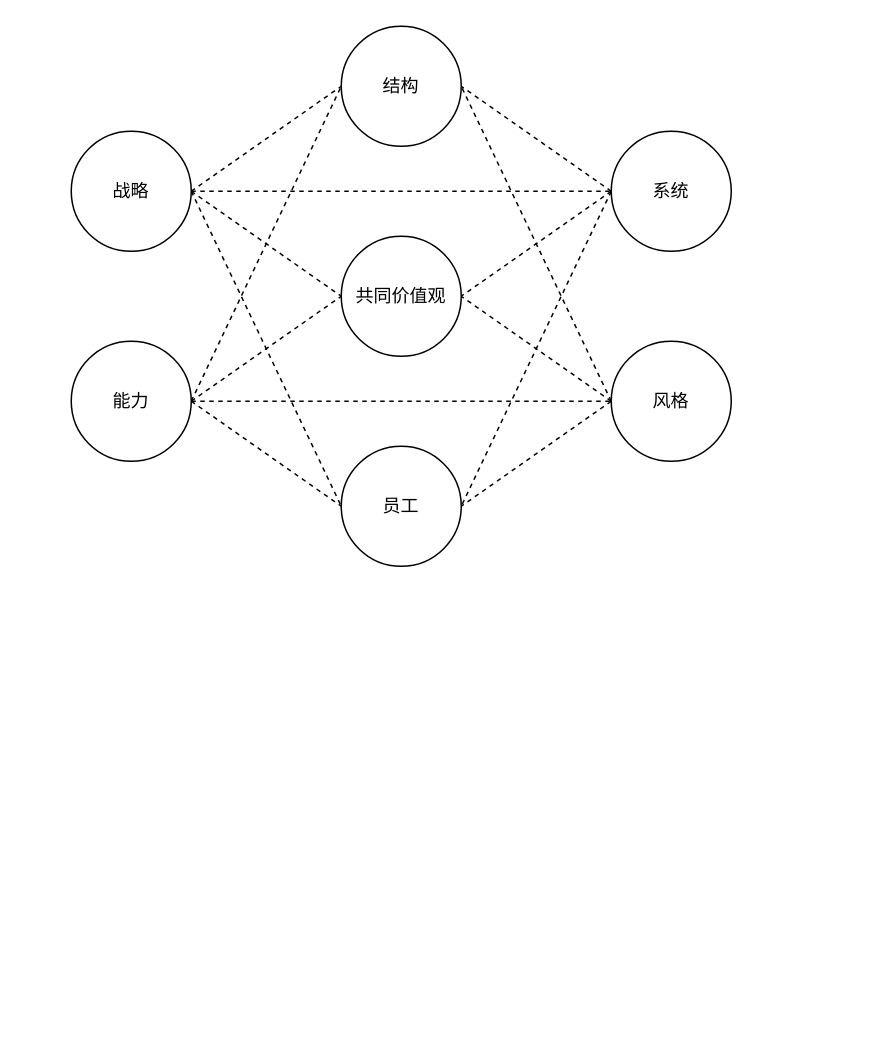
ZiqingYip/moment keeps this draw.io diagram as McKinsey.drawio. Above is the earlier version. Source tidied: cells renumbered, new cells numbered last; positions are measured from the earlier drawing's top-left corner, leaving out a move shared by most shapes. Both pictures are drawn from the tidied source at 150%, with x=0, y=0 at pixel (70, 26).
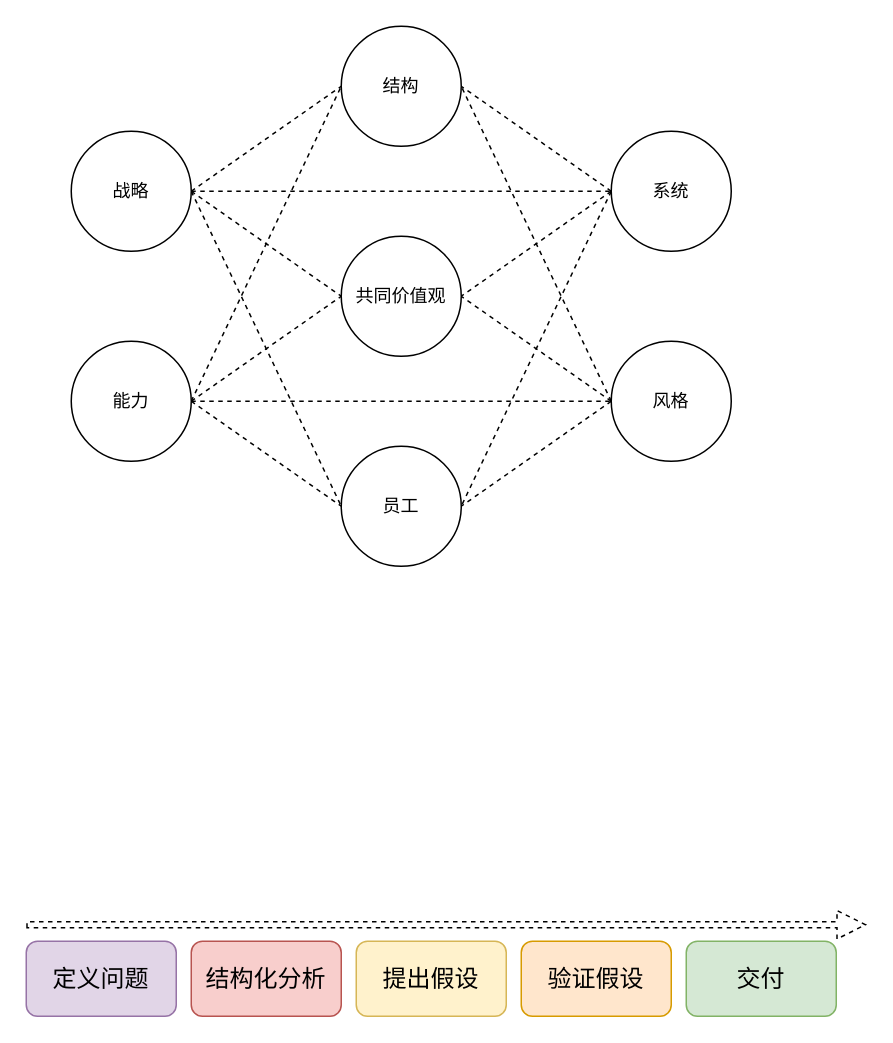
The same diagram, later.

What changed in the source:
```diff
@@
+    <mxCell id="23" value="&lt;font style=&quot;font-size: 16px;&quot;&gt;定义问题&lt;/font&gt;" style="rounded=1;whiteSpace=wrap;html=1;fillColor=#e1d5e7;strokeColor=#9673a6;" parent="1" vertex="1">
+      <mxGeometry x="-30" y="610" width="100" height="50" as="geometry" />
+    </mxCell>
+    <mxCell id="24" style="shape=flexArrow;endArrow=classic;html=1;rounded=0;dashed=1;width=4;endSize=6;endWidth=14;" parent="1" edge="1">
+      <mxGeometry relative="1" as="geometry">
+        <mxPoint x="-30" y="599" as="sourcePoint" />
+        <mxPoint x="530" y="599" as="targetPoint" />
+      </mxGeometry>
+    </mxCell>
+    <mxCell id="25" value="&lt;span style=&quot;font-size: 16px;&quot;&gt;结构化分析&lt;/span&gt;" style="rounded=1;whiteSpace=wrap;html=1;fillColor=#f8cecc;strokeColor=#b85450;" parent="1" vertex="1">
+      <mxGeometry x="80" y="610" width="100" height="50" as="geometry" />
+    </mxCell>
+    <mxCell id="26" value="&lt;span style=&quot;font-size: 16px;&quot;&gt;提出假设&lt;/span&gt;" style="rounded=1;whiteSpace=wrap;html=1;fillColor=#fff2cc;strokeColor=#d6b656;" parent="1" vertex="1">
+      <mxGeometry x="190" y="610" width="100" height="50" as="geometry" />
+    </mxCell>
+    <mxCell id="27" value="&lt;span style=&quot;font-size: 16px;&quot;&gt;验证假设&lt;/span&gt;" style="rounded=1;whiteSpace=wrap;html=1;fillColor=#ffe6cc;strokeColor=#d79b00;" parent="1" vertex="1">
+      <mxGeometry x="300" y="610" width="100" height="50" as="geometry" />
+    </mxCell>
+    <mxCell id="28" value="&lt;span style=&quot;font-size: 16px;&quot;&gt;交付&lt;/span&gt;" style="rounded=1;whiteSpace=wrap;html=1;fillColor=#d5e8d4;strokeColor=#82b366;" parent="1" vertex="1">
+      <mxGeometry x="410" y="610" width="100" height="50" as="geometry" />
+    </mxCell>
```
